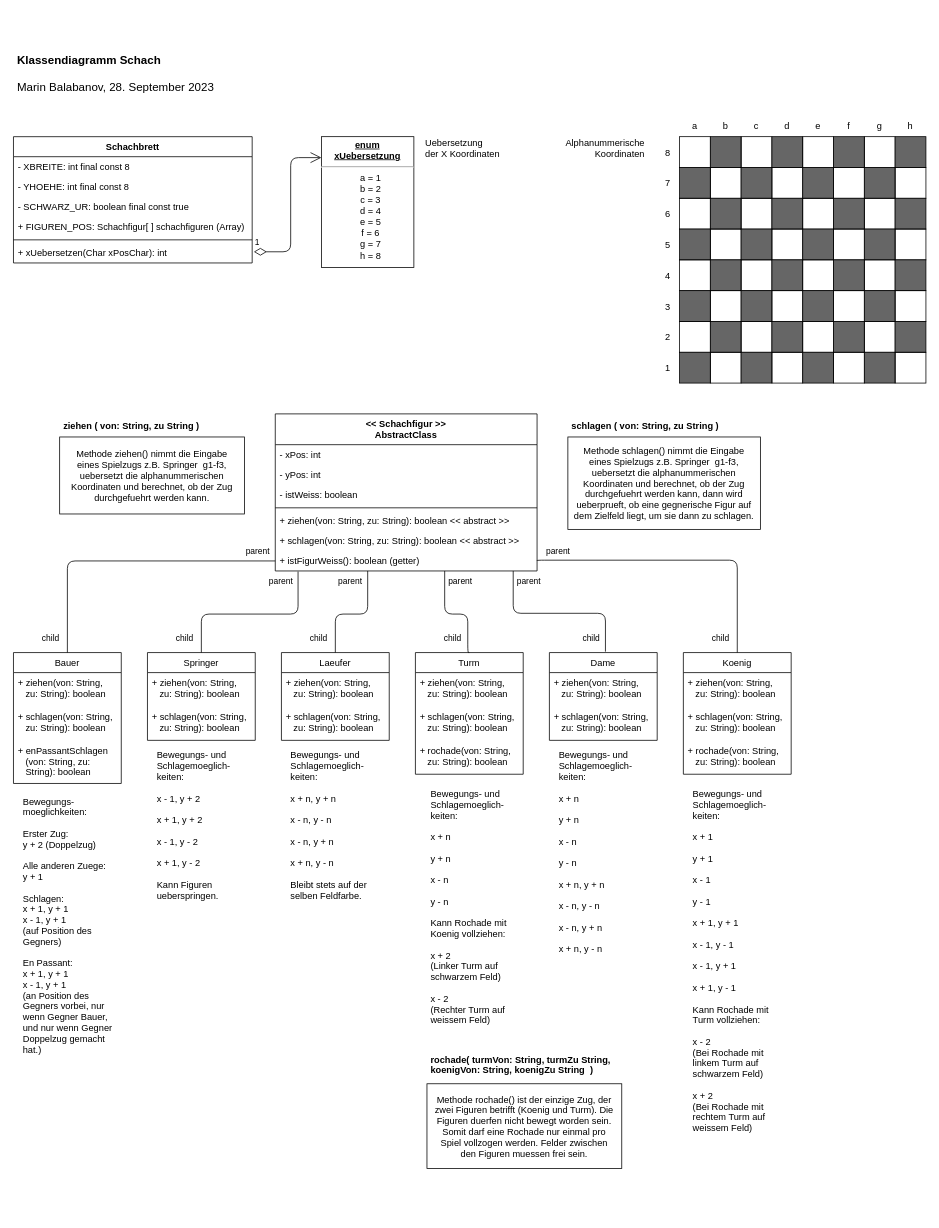
Before: ChessUML.drawio in mbalabanov/ChessUML, a draw.io diagram. Source tidied: cells renumbered, new cells numbered last; positions are measured from the earlier drawing's top-left corner, leaving out a move shared by most shapes. Both pictures are drawn from the tidied source at 77%, with x=0, y=0 at pixel (13, 44).
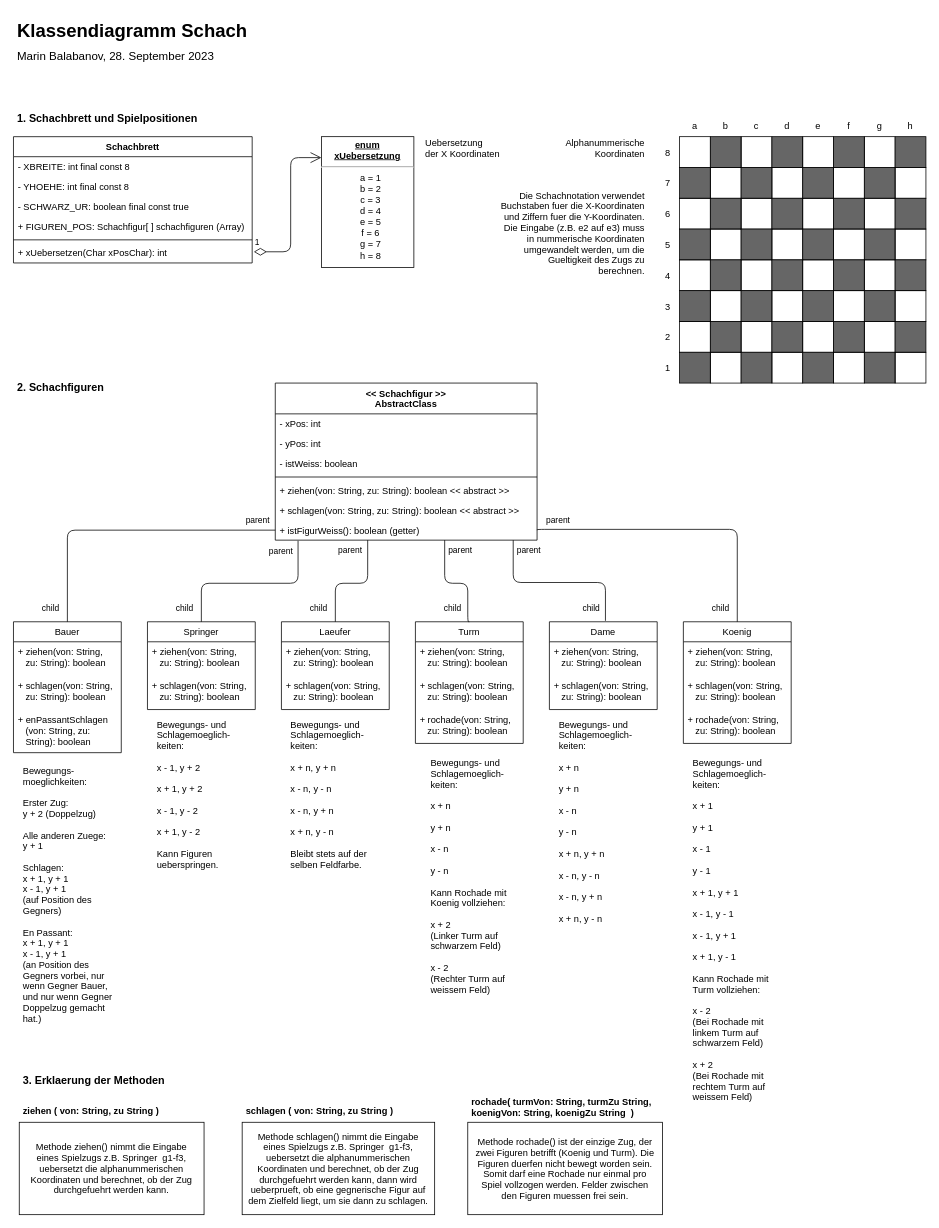
The same page after the edit.

The change refers to these unchanged cells:
```xml
<mxCell id="9" value="+ istFigurWeiss(): boolean (getter)" style="text;strokeColor=none;fillColor=none;align=left;verticalAlign=top;spacingLeft=4;spacingRight=4;overflow=hidden;points=[[0,0.5],[1,0.5]];portConstraint=eastwest;" parent="2" vertex="1">
  <mxGeometry y="178" width="340" height="26" as="geometry" />
</mxCell>
```

Change to the diagram source:
```diff
@@
     <mxCell id="2" value="&lt;&lt; Schachfigur &gt;&gt;&#10;AbstractClass" style="swimlane;fontStyle=1;align=center;verticalAlign=top;horizontal=1;startSize=40;" parent="1" vertex="1">
-      <mxGeometry x="340" y="480" width="340" height="204" as="geometry" />
+      <mxGeometry x="340" y="440" width="340" height="204" as="geometry" />
     </mxCell>
@@
     <mxCell id="12" value="Bauer" style="swimlane;fontStyle=0;horizontal=1;startSize=26;fillColor=none;flipH=1;" parent="1" vertex="1">
-      <mxGeometry y="790" width="140" height="170" as="geometry" />
+      <mxGeometry y="750" width="140" height="170" as="geometry" />
     </mxCell>
@@
     <mxCell id="16" value="Springer" style="swimlane;fontStyle=0;horizontal=1;startSize=26;fillColor=none;flipH=1;" parent="1" vertex="1">
-      <mxGeometry x="174" y="790" width="140" height="114" as="geometry" />
+      <mxGeometry x="174" y="750" width="140" height="114" as="geometry" />
     </mxCell>
@@
     <mxCell id="19" value="Laeufer" style="swimlane;fontStyle=0;horizontal=1;startSize=26;fillColor=none;flipH=1;" parent="1" vertex="1">
-      <mxGeometry x="348" y="790" width="140" height="114" as="geometry" />
+      <mxGeometry x="348" y="750" width="140" height="114" as="geometry" />
     </mxCell>
@@
     <mxCell id="22" value="Turm" style="swimlane;fontStyle=0;horizontal=1;startSize=26;fillColor=none;flipH=1;" parent="1" vertex="1">
-      <mxGeometry x="522" y="790" width="140" height="158" as="geometry" />
+      <mxGeometry x="522" y="750" width="140" height="158" as="geometry" />
     </mxCell>
@@
     <mxCell id="26" value="Dame" style="swimlane;fontStyle=0;horizontal=1;startSize=26;fillColor=none;flipH=1;" parent="1" vertex="1">
-      <mxGeometry x="696" y="790" width="140" height="114" as="geometry" />
+      <mxGeometry x="696" y="750" width="140" height="114" as="geometry" />
     </mxCell>
@@
     <mxCell id="29" value="Koenig" style="swimlane;fontStyle=0;horizontal=1;startSize=26;fillColor=none;flipH=1;" parent="1" vertex="1">
-      <mxGeometry x="870" y="790" width="140" height="158" as="geometry" />
+      <mxGeometry x="870" y="750" width="140" height="158" as="geometry" />
     </mxCell>
@@
     <mxCell id="36" style="endArrow=none;html=1;edgeStyle=orthogonalEdgeStyle;entryX=0.5;entryY=0;entryDx=0;entryDy=0;exitX=0.087;exitY=1.03;exitDx=0;exitDy=0;exitPerimeter=0;" parent="1" edge="1" source="9" target="16">
       <mxGeometry relative="1" as="geometry">
         <Array as="points">
-          <mxPoint x="370" y="740" />
-          <mxPoint x="244" y="740" />
+          <mxPoint x="370" y="700" />
+          <mxPoint x="244" y="700" />
         </Array>
       </mxGeometry>
     </mxCell>
@@
     <mxCell id="39" style="endArrow=none;html=1;edgeStyle=orthogonalEdgeStyle;entryX=0.5;entryY=0;entryDx=0;entryDy=0;exitX=0.353;exitY=1;exitDx=0;exitDy=0;exitPerimeter=0;" parent="1" edge="1" source="9" target="19">
       <mxGeometry relative="1" as="geometry">
         <Array as="points">
-          <mxPoint x="460" y="740" />
-          <mxPoint x="418" y="740" />
+          <mxPoint x="460" y="700" />
+          <mxPoint x="418" y="700" />
         </Array>
       </mxGeometry>
     </mxCell>
@@
     <mxCell id="42" style="endArrow=none;html=1;edgeStyle=orthogonalEdgeStyle;entryX=0.5;entryY=0;entryDx=0;entryDy=0;" parent="1" edge="1" source="9" target="22">
       <mxGeometry relative="1" as="geometry">
         <Array as="points">
-          <mxPoint x="560" y="740" />
-          <mxPoint x="590" y="740" />
-          <mxPoint x="590" y="790" />
+          <mxPoint x="560" y="700" />
+          <mxPoint x="590" y="700" />
+          <mxPoint x="590" y="750" />
         </Array>
       </mxGeometry>
     </mxCell>
@@
     <mxCell id="45" style="endArrow=none;html=1;edgeStyle=orthogonalEdgeStyle;entryX=0.5;entryY=0;entryDx=0;entryDy=0;exitX=1;exitY=0.5;exitDx=0;exitDy=0;" parent="1" edge="1" source="9" target="29">
       <mxGeometry relative="1" as="geometry">
         <Array as="points">
-          <mxPoint x="940" y="670" />
+          <mxPoint x="940" y="630" />
         </Array>
       </mxGeometry>
     </mxCell>
@@
     <mxCell id="56" style="endArrow=none;html=1;edgeStyle=orthogonalEdgeStyle;entryX=0.48;entryY=-0.011;entryDx=0;entryDy=0;entryPerimeter=0;" parent="1" edge="1" source="9" target="26">
       <mxGeometry relative="1" as="geometry">
         <Array as="points">
-          <mxPoint x="649" y="739" />
-          <mxPoint x="769" y="739" />
+          <mxPoint x="649" y="699" />
+          <mxPoint x="769" y="699" />
         </Array>
       </mxGeometry>
     </mxCell>
@@
     <mxCell id="59" value="Bewegungs-&#10;moeglichkeiten:&#10;&#10;Erster Zug:&#10;y + 2 (Doppelzug)&#10;&#10;Alle anderen Zuege:&#10;y + 1&#10;&#10;Schlagen:&#10;x + 1, y + 1&#10;x - 1, y + 1&#10;(auf Position des&#10;Gegners)&#10;&#10;En Passant:&#10;x + 1, y + 1&#10;x - 1, y + 1&#10;(an Position des&#10;Gegners vorbei, nur&#10;wenn Gegner Bauer,&#10;und nur wenn Gegner&#10;Doppelzug gemacht&#10;hat.)" style="text;align=left;fontStyle=0;verticalAlign=top;spacingLeft=3;spacingRight=3;strokeColor=none;" parent="1" vertex="1">
-      <mxGeometry x="7.5" y="970" width="132.5" height="350" as="geometry" />
+      <mxGeometry x="7.5" y="930" width="132.5" height="350" as="geometry" />
     </mxCell>
     <mxCell id="60" value="Methode ziehen() nimmt die Eingabe&#10;eines Spielzugs z.B. Springer  g1-f3,&#10;uebersetzt die alphanummerischen&#10;Koordinaten und berechnet, ob der Zug&#10;durchgefuehrt werden kann." style="text;align=center;fontStyle=0;verticalAlign=middle;spacingLeft=3;spacingRight=3;strokeColor=default;" parent="1" vertex="1">
-      <mxGeometry x="60" y="510" width="240" height="100" as="geometry" />
+      <mxGeometry x="7.5" y="1400" width="240" height="120" as="geometry" />
     </mxCell>
     <mxCell id="61" value="Bewegungs- und&#10;Schlagemoeglich-&#10;keiten:&#10;&#10;x - 1, y + 2&#10;&#10;x + 1, y + 2&#10;&#10;x - 1, y - 2&#10;&#10;x + 1, y - 2&#10;&#10;Kann Figuren&#10;ueberspringen." style="text;align=left;fontStyle=0;verticalAlign=top;spacingLeft=3;spacingRight=3;strokeColor=none;" parent="1" vertex="1">
-      <mxGeometry x="181.5" y="910" width="125" height="210" as="geometry" />
+      <mxGeometry x="181.5" y="870" width="125" height="210" as="geometry" />
     </mxCell>
     <mxCell id="62" value="Bewegungs- und&#10;Schlagemoeglich-&#10;keiten:&#10;&#10;x + n, y + n&#10;&#10;x - n, y - n&#10;&#10;x - n, y + n&#10;&#10;x + n, y - n&#10;&#10;Bleibt stets auf der&#10;selben Feldfarbe." style="text;align=left;fontStyle=0;verticalAlign=top;spacingLeft=3;spacingRight=3;strokeColor=none;" parent="1" vertex="1">
-      <mxGeometry x="355" y="910" width="125" height="210" as="geometry" />
+      <mxGeometry x="355" y="870" width="125" height="210" as="geometry" />
     </mxCell>
     <mxCell id="63" value="Bewegungs- und&#10;Schlagemoeglich-&#10;keiten:&#10;&#10;x + n&#10;&#10;y + n&#10;&#10;x - n&#10;&#10;y - n&#10;&#10;Kann Rochade mit&#10;Koenig vollziehen:&#10;&#10;x + 2&#10;(Linker Turm auf&#10;schwarzem Feld)&#10;&#10;x - 2&#10;(Rechter Turm auf&#10;weissem Feld)" style="text;align=left;fontStyle=0;verticalAlign=top;spacingLeft=3;spacingRight=3;strokeColor=none;" parent="1" vertex="1">
-      <mxGeometry x="537" y="960" width="125" height="330" as="geometry" />
+      <mxGeometry x="537" y="920" width="125" height="330" as="geometry" />
     </mxCell>
     <mxCell id="64" value="Bewegungs- und&#10;Schlagemoeglich-&#10;keiten:&#10;&#10;x + n&#10;&#10;y + n&#10;&#10;x - n&#10;&#10;y - n&#10;&#10;x + n, y + n&#10;&#10;x - n, y - n&#10;&#10;x - n, y + n&#10;&#10;x + n, y - n" style="text;align=left;fontStyle=0;verticalAlign=top;spacingLeft=3;spacingRight=3;strokeColor=none;" parent="1" vertex="1">
-      <mxGeometry x="703.5" y="910" width="125" height="280" as="geometry" />
+      <mxGeometry x="703.5" y="870" width="125" height="280" as="geometry" />
     </mxCell>
     <mxCell id="65" value="Bewegungs- und&#10;Schlagemoeglich-&#10;keiten:&#10;&#10;x + 1&#10;&#10;y + 1&#10;&#10;x - 1&#10;&#10;y - 1&#10;&#10;x + 1, y + 1&#10;&#10;x - 1, y - 1&#10;&#10;x - 1, y + 1&#10;&#10;x + 1, y - 1&#10;&#10;Kann Rochade mit&#10;Turm vollziehen:&#10;&#10;x - 2&#10;(Bei Rochade mit&#10;linkem Turm auf&#10;schwarzem Feld)&#10;&#10;x + 2&#10;(Bei Rochade mit&#10;rechtem Turm auf&#10;weissem Feld)" style="text;align=left;fontStyle=0;verticalAlign=top;spacingLeft=3;spacingRight=3;strokeColor=none;" parent="1" vertex="1">
-      <mxGeometry x="877.5" y="960" width="125" height="470" as="geometry" />
+      <mxGeometry x="877.5" y="920" width="125" height="470" as="geometry" />
     </mxCell>
@@
-    <mxCell id="147" value="Klassendiagramm Schach" style="text;align=left;fontStyle=1;verticalAlign=middle;spacingLeft=3;spacingRight=3;strokeColor=none;fontSize=15;" parent="1" vertex="1">
-      <mxGeometry width="290" height="40" as="geometry" />
+    <mxCell id="147" value="Klassendiagramm Schach" style="text;align=left;fontStyle=1;verticalAlign=middle;spacingLeft=3;spacingRight=3;strokeColor=none;fontSize=24;" parent="1" vertex="1">
+      <mxGeometry y="-40" width="320" height="40" as="geometry" />
     </mxCell>
     <mxCell id="148" value="Marin Balabanov, 28. September 2023" style="text;html=1;strokeColor=none;fillColor=none;align=left;verticalAlign=middle;whiteSpace=wrap;rounded=0;fillStyle=cross-hatch;fontSize=15;" parent="1" vertex="1">
-      <mxGeometry x="3" y="40" width="280" height="30" as="geometry" />
+      <mxGeometry x="3" width="280" height="30" as="geometry" />
     </mxCell>
     <mxCell id="149" value="Methode schlagen() nimmt die Eingabe&#10;eines Spielzugs z.B. Springer  g1-f3,&#10;uebersetzt die alphanummerischen&#10;Koordinaten und berechnet, ob der Zug&#10;durchgefuehrt werden kann, dann wird&#10;ueberprueft, ob eine gegnerische Figur auf&#10;dem Zielfeld liegt, um sie dann zu schlagen." style="text;align=center;fontStyle=0;verticalAlign=middle;spacingLeft=3;spacingRight=3;strokeColor=default;" parent="1" vertex="1">
-      <mxGeometry x="720" y="510" width="250" height="120" as="geometry" />
+      <mxGeometry x="297" y="1400" width="250" height="120" as="geometry" />
     </mxCell>
     <mxCell id="150" value="ziehen ( von: String, zu String )" style="text;align=left;fontStyle=1;verticalAlign=middle;spacingLeft=3;spacingRight=3;strokeColor=none;" parent="1" vertex="1">
-      <mxGeometry x="60" y="480" width="180" height="30" as="geometry" />
+      <mxGeometry x="7.5" y="1370" width="180" height="30" as="geometry" />
     </mxCell>
     <mxCell id="151" value="schlagen ( von: String, zu String )" style="text;align=left;fontStyle=1;verticalAlign=middle;spacingLeft=3;spacingRight=3;strokeColor=none;" parent="1" vertex="1">
-      <mxGeometry x="720" y="480" width="180" height="30" as="geometry" />
+      <mxGeometry x="297" y="1370" width="213" height="30" as="geometry" />
     </mxCell>
     <mxCell id="152" value="Methode rochade() ist der einzige Zug, der&#10;zwei Figuren betrifft (Koenig und Turm). Die&#10;Figuren duerfen nicht bewegt worden sein.&#10;Somit darf eine Rochade nur einmal pro&#10;Spiel vollzogen werden. Felder zwischen&#10;den Figuren muessen frei sein." style="text;align=center;fontStyle=0;verticalAlign=middle;spacingLeft=3;spacingRight=3;strokeColor=default;" parent="1" vertex="1">
-      <mxGeometry x="537" y="1350" width="253" height="110" as="geometry" />
+      <mxGeometry x="590" y="1400" width="253" height="120" as="geometry" />
     </mxCell>
     <mxCell id="153" value="rochade( turmVon: String, turmZu String,&#10;koenigVon: String, koenigZu String  )" style="text;align=left;fontStyle=1;verticalAlign=middle;spacingLeft=3;spacingRight=3;strokeColor=none;" parent="1" vertex="1">
-      <mxGeometry x="537" y="1310" width="243" height="30" as="geometry" />
+      <mxGeometry x="590" y="1360" width="243" height="40" as="geometry" />
     </mxCell>
+    <mxCell id="154" value="Die Schachnotation verwendet&#10;Buchstaben fuer die X-Koordinaten&#10;und Ziffern fuer die Y-Koordinaten.&#10;Die Eingabe (z.B. e2 auf e3) muss&#10;in nummerische Koordinaten&#10;umgewandelt werden, um die&#10;Gueltigkeit des Zugs zu&#10;berechnen." style="text;align=right;fontStyle=0;verticalAlign=middle;spacingLeft=3;spacingRight=3;strokeColor=none;" parent="1" vertex="1">
+      <mxGeometry x="620" y="180" width="205" height="130" as="geometry" />
+    </mxCell>
+    <mxCell id="155" value="3. Erklaerung der Methoden" style="text;align=left;fontStyle=1;verticalAlign=middle;spacingLeft=3;spacingRight=3;strokeColor=none;fontSize=14;" parent="1" vertex="1">
+      <mxGeometry x="7.5" y="1330" width="202.5" height="30" as="geometry" />
+    </mxCell>
+    <mxCell id="156" value="2. Schachfiguren" style="text;align=left;fontStyle=1;verticalAlign=middle;spacingLeft=3;spacingRight=3;strokeColor=none;fontSize=14;" parent="1" vertex="1">
+      <mxGeometry y="430" width="202.5" height="30" as="geometry" />
+    </mxCell>
+    <mxCell id="157" value="1. Schachbrett und Spielpositionen" style="text;align=left;fontStyle=1;verticalAlign=middle;spacingLeft=3;spacingRight=3;strokeColor=none;fontSize=14;" parent="1" vertex="1">
+      <mxGeometry y="80" width="260" height="30" as="geometry" />
+    </mxCell>
```
